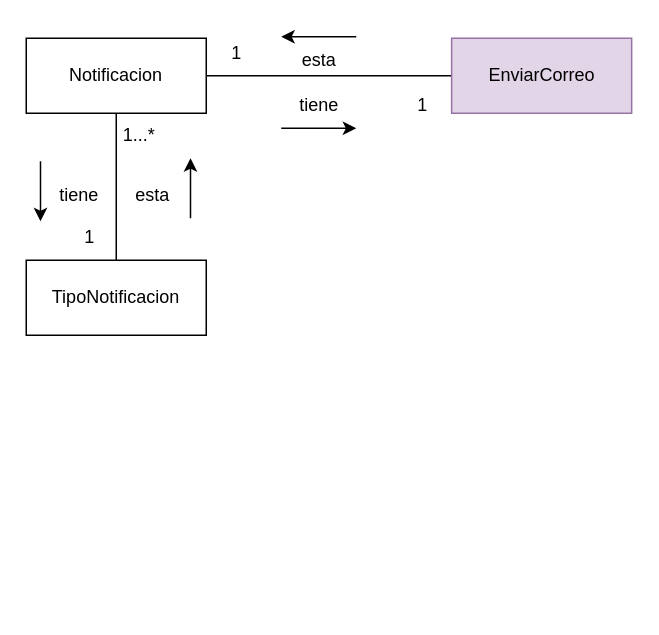
Migue1409-KP/DOO-working-group keeps this draw.io diagram as page "AnemicModelNotifications" (5 of 13) of CoTasker_BoundedContext.drawio. Above is the earlier version. Source tidied: cells renumbered, new cells numbered last; positions are measured from the earlier drawing's top-left corner, leaving out a move shared by most shapes. Both pictures are drawn from the tidied source at 150%, with x=0, y=0 at pixel (26, 30).
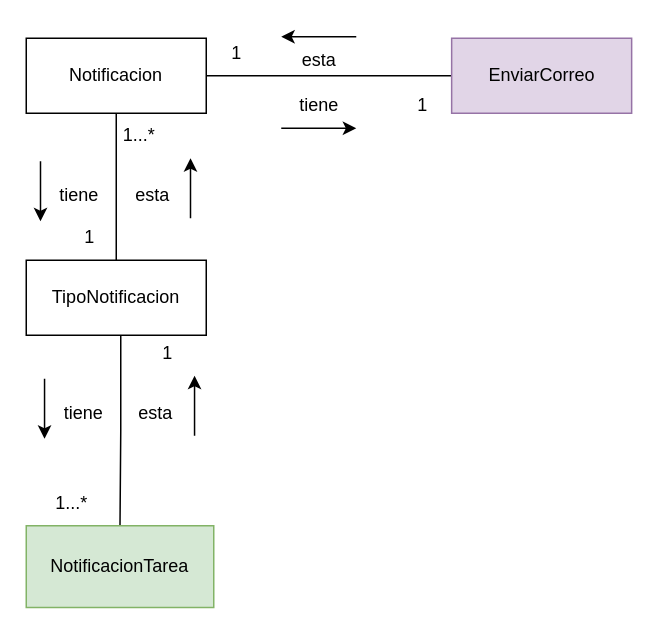
The same page after the edit.

Unchanged cells that the change refers to:
```xml
<mxCell id="4" value="TipoNotificacion" style="rounded=0;whiteSpace=wrap;html=1;" parent="1" vertex="1">
  <mxGeometry y="153" width="120" height="50" as="geometry" />
</mxCell>
```

Diff of the diagram source:
```diff
@@
+    <mxCell id="19" style="edgeStyle=orthogonalEdgeStyle;rounded=0;jettySize=auto;html=1;entryX=0.5;entryY=0;entryDx=0;entryDy=0;endArrow=none;endFill=0;" parent="1" edge="1" source="4" target="20">
+      <mxGeometry relative="1" as="geometry">
+        <Array as="points">
+          <mxPoint x="63" y="267" />
+          <mxPoint x="63" y="267" />
+        </Array>
+      </mxGeometry>
+    </mxCell>
@@
+    <mxCell id="20" value="NotificacionTarea" style="rounded=0;whiteSpace=wrap;html=1;fillColor=#d5e8d4;strokeColor=#82b366;" parent="1" vertex="1">
+      <mxGeometry y="330" width="125" height="54.5" as="geometry" />
+    </mxCell>
+    <mxCell id="21" value="tiene&lt;br&gt;" style="text;html=1;align=center;verticalAlign=middle;strokeColor=none;fillColor=none;" parent="1" vertex="1">
+      <mxGeometry x="12.7" y="240" width="50" height="30" as="geometry" />
+    </mxCell>
+    <mxCell id="22" value="esta&lt;br&gt;" style="text;html=1;align=center;verticalAlign=middle;strokeColor=none;fillColor=none;" parent="1" vertex="1">
+      <mxGeometry x="61.2" y="240" width="50" height="30" as="geometry" />
+    </mxCell>
+    <mxCell id="23" style="endArrow=classic;html=1;rounded=0;" parent="1" edge="1">
+      <mxGeometry relative="1" as="geometry">
+        <mxPoint x="112.2" y="270" as="sourcePoint" />
+        <mxPoint x="112.2" y="230" as="targetPoint" />
+      </mxGeometry>
+    </mxCell>
+    <mxCell id="24" style="endArrow=classic;html=1;rounded=0;" parent="1" edge="1">
+      <mxGeometry relative="1" as="geometry">
+        <mxPoint x="12.2" y="232" as="sourcePoint" />
+        <mxPoint x="12.2" y="272" as="targetPoint" />
+      </mxGeometry>
+    </mxCell>
+    <mxCell id="25" value="1&lt;br&gt;" style="text;html=1;align=center;verticalAlign=middle;strokeColor=none;fillColor=none;" parent="1" vertex="1">
+      <mxGeometry x="78.5" y="200" width="30" height="30" as="geometry" />
+    </mxCell>
+    <mxCell id="26" value="1...*" style="text;html=1;align=center;verticalAlign=middle;strokeColor=none;fillColor=none;" parent="1" vertex="1">
+      <mxGeometry x="10" y="300" width="40" height="30" as="geometry" />
+    </mxCell>
```
